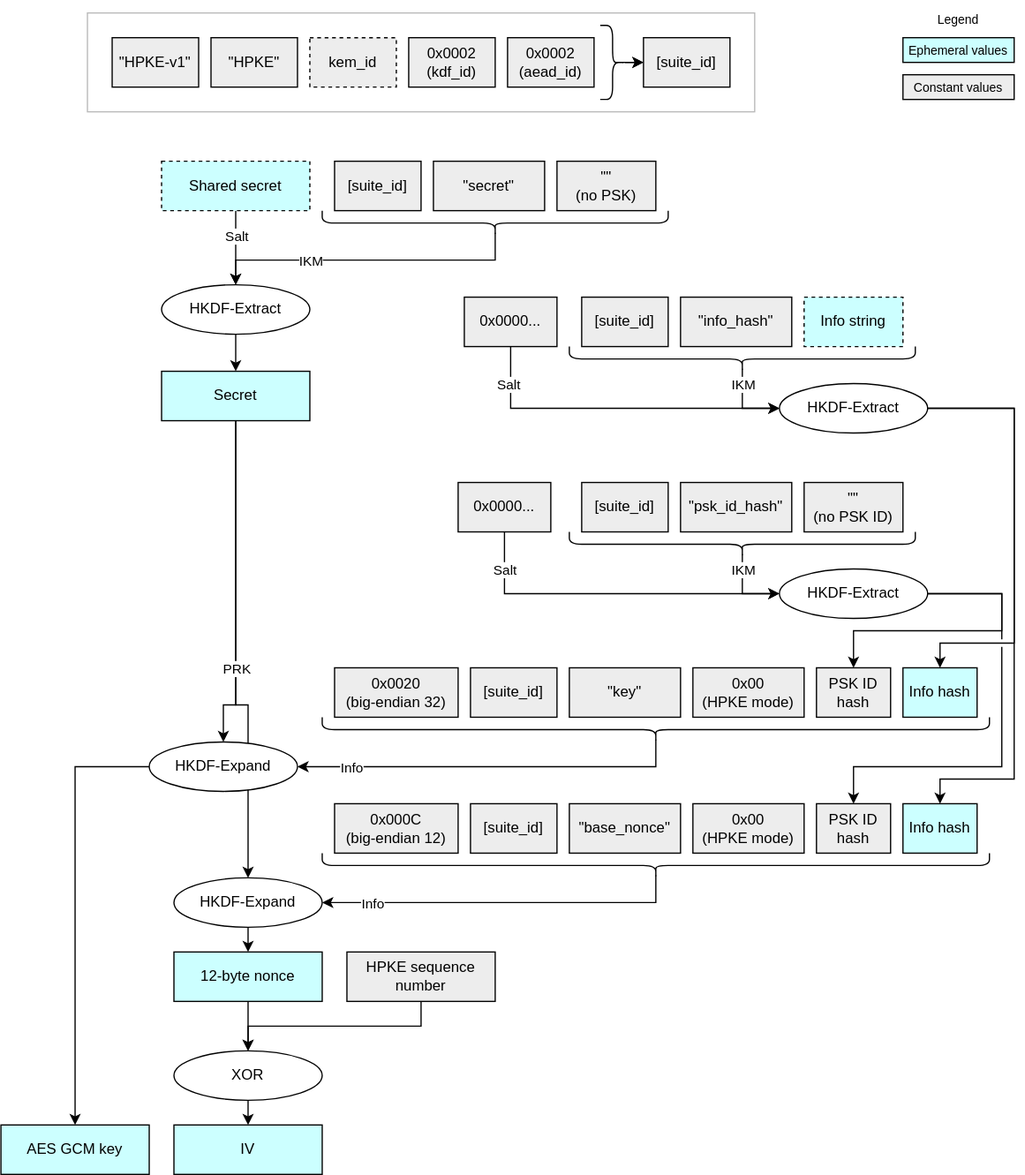
The draw.io diagram doc/ocp_lock/diagrams/hpke_key_derivation.drawio.svg in chipsalliance/Caliptra, before a commit. Source tidied: cells renumbered, new cells last; positions are measured from the earlier drawing's top-left corner, leaving out a move shared by most shapes.
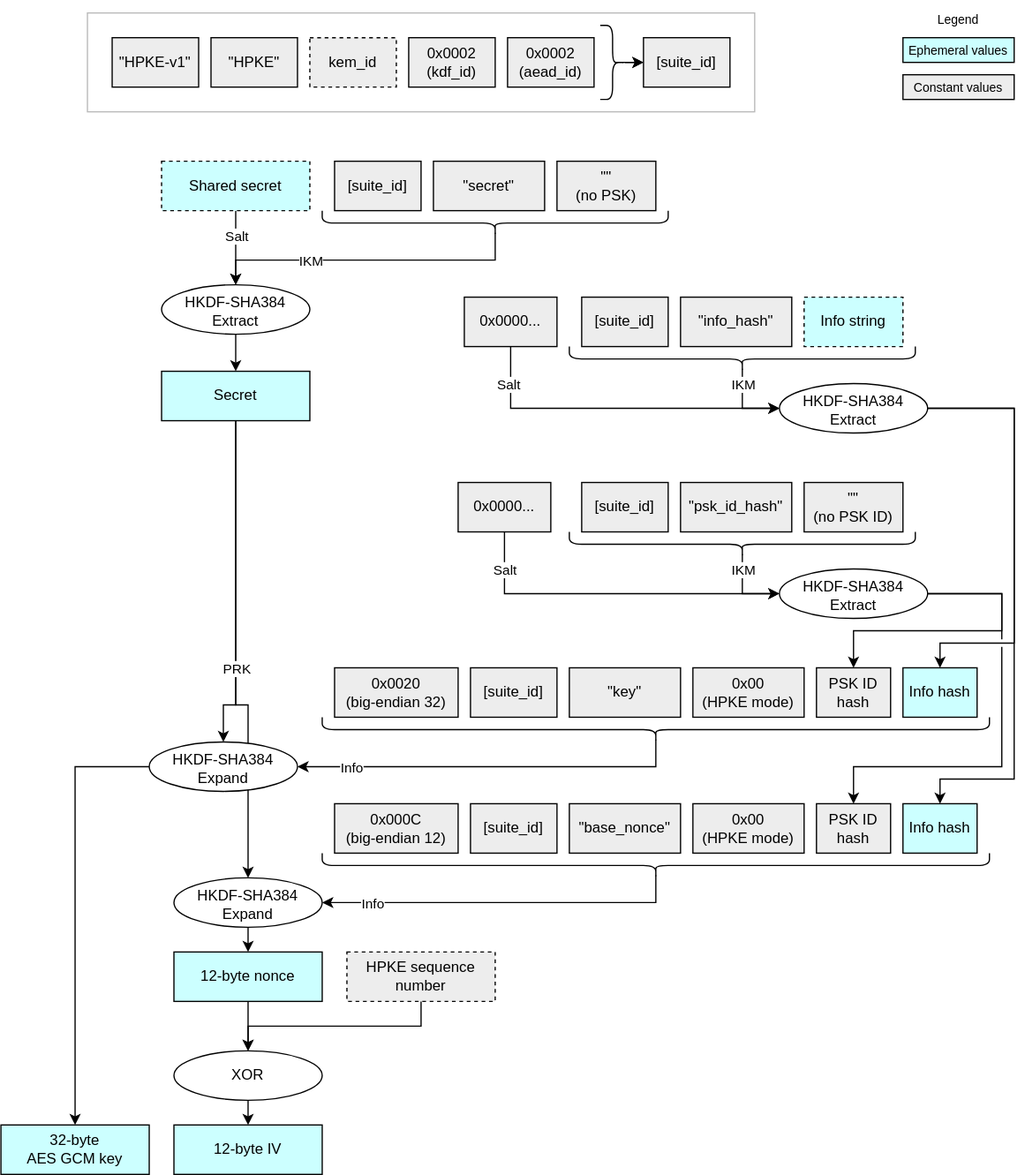
After the change.

The edit, as a diff of the source:
```diff
@@ -34,7 +34,7 @@
     <mxCell id="11" style="edgeStyle=none;html=1;exitX=0.5;exitY=1;exitDx=0;exitDy=0;entryX=0.5;entryY=0;entryDx=0;entryDy=0;" parent="1" edge="1" source="12" target="34">
       <mxGeometry relative="1" as="geometry" />
     </mxCell>
-    <mxCell id="12" value="HKDF-Extract" style="ellipse;whiteSpace=wrap;html=1;fillColor=#FFFFFF;" parent="1" vertex="1">
+    <mxCell id="12" value="HKDF-SHA384 Extract" style="ellipse;whiteSpace=wrap;html=1;fillColor=#FFFFFF;spacingTop=3;" parent="1" vertex="1">
       <mxGeometry x="130" y="230" width="120" height="40" as="geometry" />
     </mxCell>
     <mxCell id="13" value="&lt;div&gt;&lt;font color=&quot;#000000&quot;&gt;[suite_id]&lt;/font&gt;&lt;/div&gt;" style="rounded=0;whiteSpace=wrap;html=1;align=center;verticalAlign=middle;shadow=0;glass=0;spacingLeft=0;spacingBottom=0;spacingTop=0;fillColor=#EDEDED;" parent="1" vertex="1">
@@ -70,7 +70,7 @@
     <mxCell id="23" style="edgeStyle=orthogonalEdgeStyle;html=1;exitX=0.5;exitY=1;exitDx=0;exitDy=0;entryX=0.5;entryY=0;entryDx=0;entryDy=0;rounded=0;" parent="1" edge="1" source="24" target="26">
       <mxGeometry relative="1" as="geometry" />
     </mxCell>
-    <mxCell id="24" value="HPKE sequence&lt;div&gt;number&lt;/div&gt;" style="rounded=0;whiteSpace=wrap;html=1;align=center;verticalAlign=middle;shadow=0;glass=0;spacingLeft=0;spacingBottom=0;spacingTop=0;fillColor=#EDEDED;" parent="1" vertex="1">
+    <mxCell id="24" value="HPKE sequence&lt;div&gt;number&lt;/div&gt;" style="rounded=0;whiteSpace=wrap;html=1;align=center;verticalAlign=middle;shadow=0;glass=0;spacingLeft=0;spacingBottom=0;spacingTop=0;fillColor=#EDEDED;dashed=1;" parent="1" vertex="1">
       <mxGeometry x="280" y="770" width="120" height="40" as="geometry" />
     </mxCell>
     <mxCell id="25" style="edgeStyle=none;html=1;exitX=0.5;exitY=1;exitDx=0;exitDy=0;entryX=0.5;entryY=0;entryDx=0;entryDy=0;" parent="1" edge="1" source="26" target="27">
@@ -79,7 +79,7 @@
     <mxCell id="26" value="XOR" style="ellipse;whiteSpace=wrap;html=1;fillColor=#FFFFFF;" parent="1" vertex="1">
       <mxGeometry x="140" y="850" width="120" height="40" as="geometry" />
     </mxCell>
-    <mxCell id="27" value="&lt;div&gt;&lt;font color=&quot;#000000&quot;&gt;IV&lt;/font&gt;&lt;/div&gt;" style="rounded=0;whiteSpace=wrap;html=1;align=center;verticalAlign=middle;shadow=0;glass=0;spacingLeft=0;spacingBottom=0;spacingTop=0;fillColor=#CCFFFF;" parent="1" vertex="1">
+    <mxCell id="27" value="&lt;div&gt;&lt;font color=&quot;#000000&quot;&gt;12-byte IV&lt;/font&gt;&lt;/div&gt;" style="rounded=0;whiteSpace=wrap;html=1;align=center;verticalAlign=middle;shadow=0;glass=0;spacingLeft=0;spacingBottom=0;spacingTop=0;fillColor=#CCFFFF;" parent="1" vertex="1">
       <mxGeometry x="140" y="910" width="120" height="40" as="geometry" />
     </mxCell>
     <mxCell id="28" value="&lt;div&gt;&lt;font color=&quot;#000000&quot;&gt;[suite_id]&lt;/font&gt;&lt;/div&gt;" style="rounded=0;whiteSpace=wrap;html=1;align=center;verticalAlign=middle;shadow=0;glass=0;spacingLeft=0;spacingBottom=0;spacingTop=0;fillColor=#EDEDED;" parent="1" vertex="1">
@@ -131,7 +131,7 @@
         </Array>
       </mxGeometry>
     </mxCell>
-    <mxCell id="36" value="HKDF-Extract" style="ellipse;whiteSpace=wrap;html=1;fillColor=#FFFFFF;" parent="1" vertex="1">
+    <mxCell id="36" value="HKDF-SHA384 Extract" style="ellipse;whiteSpace=wrap;html=1;fillColor=#FFFFFF;spacingTop=3;" parent="1" vertex="1">
       <mxGeometry x="630" y="310" width="120" height="40" as="geometry" />
     </mxCell>
     <mxCell id="37" style="edgeStyle=orthogonalEdgeStyle;html=1;exitX=1;exitY=0.5;exitDx=0;exitDy=0;entryX=0.5;entryY=0;entryDx=0;entryDy=0;rounded=0;" parent="1" edge="1" source="38" target="45">
@@ -143,7 +143,7 @@
         </Array>
       </mxGeometry>
     </mxCell>
-    <mxCell id="38" value="HKDF-Extract" style="ellipse;whiteSpace=wrap;html=1;fillColor=#FFFFFF;" parent="1" vertex="1">
+    <mxCell id="38" value="HKDF-SHA384 Extract" style="ellipse;whiteSpace=wrap;html=1;fillColor=#FFFFFF;spacingTop=3;" parent="1" vertex="1">
       <mxGeometry x="630" y="460" width="120" height="40" as="geometry" />
     </mxCell>
     <mxCell id="39" value="&lt;div&gt;&lt;font color=&quot;#000000&quot;&gt;0x0000...&lt;/font&gt;&lt;/div&gt;" style="rounded=0;whiteSpace=wrap;html=1;align=center;verticalAlign=middle;shadow=0;glass=0;spacingLeft=0;spacingBottom=0;spacingTop=0;fillColor=#EDEDED;" parent="1" vertex="1">
@@ -204,13 +204,13 @@
         </Array>
       </mxGeometry>
     </mxCell>
-    <mxCell id="51" value="HKDF-Expand" style="ellipse;whiteSpace=wrap;html=1;fillColor=#FFFFFF;" parent="1" vertex="1">
+    <mxCell id="51" value="HKDF-SHA384 Expand" style="ellipse;whiteSpace=wrap;html=1;fillColor=#FFFFFF;spacingTop=3;" parent="1" vertex="1">
       <mxGeometry x="120" y="600" width="120" height="40" as="geometry" />
     </mxCell>
     <mxCell id="52" style="edgeStyle=none;html=1;exitX=0.5;exitY=1;exitDx=0;exitDy=0;entryX=0.5;entryY=0;entryDx=0;entryDy=0;" parent="1" edge="1" source="53" target="57">
       <mxGeometry relative="1" as="geometry" />
     </mxCell>
-    <mxCell id="53" value="HKDF-Expand" style="ellipse;whiteSpace=wrap;html=1;fillColor=#FFFFFF;" parent="1" vertex="1">
+    <mxCell id="53" value="HKDF-SHA384 Expand" style="ellipse;whiteSpace=wrap;html=1;fillColor=#FFFFFF;spacingTop=3;" parent="1" vertex="1">
       <mxGeometry x="140" y="710" width="120" height="40" as="geometry" />
     </mxCell>
     <mxCell id="54" style="endArrow=classic;html=1;rounded=0;endSize=6;startSize=6;entryX=0;entryY=0.5;entryDx=0;entryDy=0;exitX=0.1;exitY=0.5;exitDx=0;exitDy=0;edgeStyle=orthogonalEdgeStyle;exitPerimeter=0;" parent="1" edge="1" source="68" target="38">
@@ -326,7 +326,7 @@
     <mxCell id="82" style="shape=curlyBracket;whiteSpace=wrap;html=1;rounded=1;labelPosition=left;verticalLabelPosition=middle;align=right;verticalAlign=middle;rotation=-90;" parent="1" vertex="1">
       <mxGeometry x="590" y="150" width="20" height="280" as="geometry" />
     </mxCell>
-    <mxCell id="83" value="&lt;div&gt;&lt;span style=&quot;background-color: transparent;&quot;&gt;AES GCM key&lt;/span&gt;&lt;/div&gt;" style="rounded=0;whiteSpace=wrap;html=1;align=center;verticalAlign=middle;shadow=0;glass=0;spacingLeft=0;spacingBottom=0;spacingTop=0;fillColor=#CCFFFF;" parent="1" vertex="1">
+    <mxCell id="83" value="&lt;div&gt;&lt;span style=&quot;background-color: transparent;&quot;&gt;32-byte&lt;/span&gt;&lt;/div&gt;&lt;div&gt;&lt;span style=&quot;background-color: transparent;&quot;&gt;AES GCM key&lt;/span&gt;&lt;/div&gt;" style="rounded=0;whiteSpace=wrap;html=1;align=center;verticalAlign=middle;shadow=0;glass=0;spacingLeft=0;spacingBottom=0;spacingTop=0;fillColor=#CCFFFF;" parent="1" vertex="1">
       <mxGeometry y="910" width="120" height="40" as="geometry" />
     </mxCell>
   </root>
```
